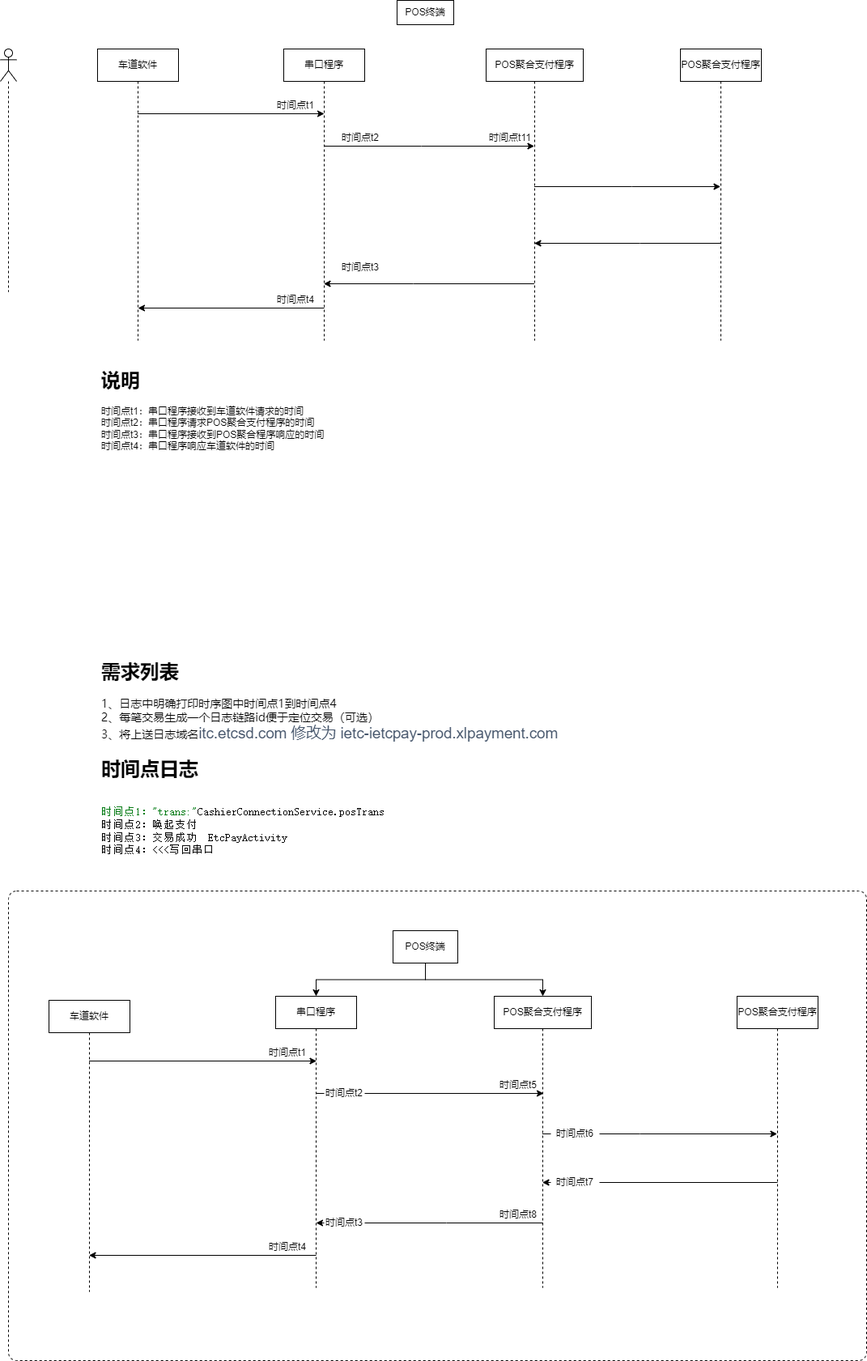
Before: 无感支付1.png, a diagram exported from draw.io (songyibo2019/mydiagrams). Source tidied: cells renumbered, new cells last; positions are measured from the earlier drawing's top-left corner, leaving out a move shared by most shapes.
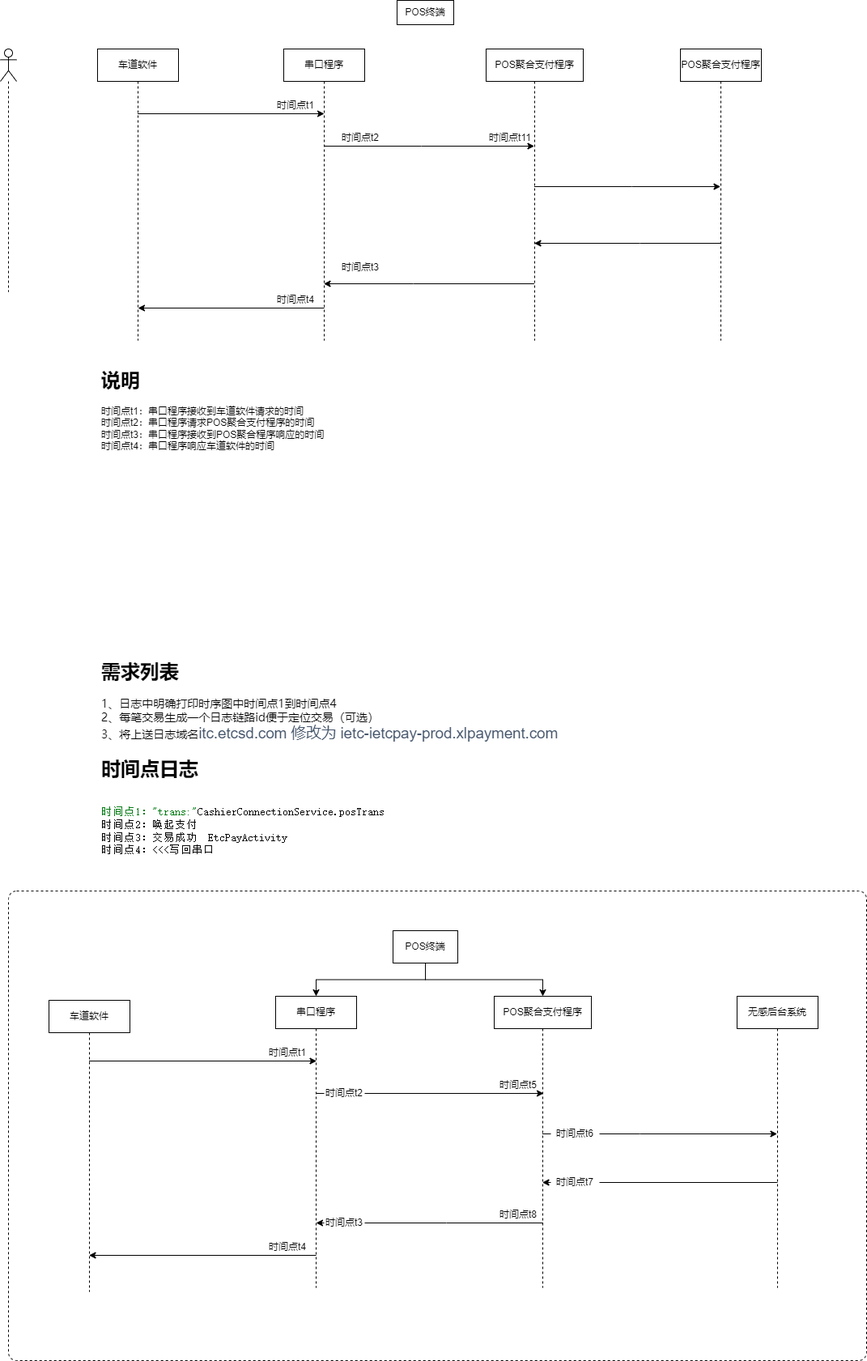
Above is the later version.

What changed in the source:
```diff
@@ -107,7 +107,7 @@
     <mxCell id="28" value="车道软件" style="shape=umlLifeline;perimeter=lifelinePerimeter;whiteSpace=wrap;html=1;outlineConnect=0;" parent="1" vertex="1">
       <mxGeometry x="60" y="1235" width="100" height="360" as="geometry" />
     </mxCell>
-    <mxCell id="29" value="POS聚合支付程序" style="shape=umlLifeline;perimeter=lifelinePerimeter;whiteSpace=wrap;html=1;outlineConnect=0;" parent="1" vertex="1">
+    <mxCell id="29" value="无感后台系统" style="shape=umlLifeline;perimeter=lifelinePerimeter;whiteSpace=wrap;html=1;outlineConnect=0;" parent="1" vertex="1">
       <mxGeometry x="910" y="1230" width="100" height="360" as="geometry" />
     </mxCell>
     <mxCell id="30" style="endArrow=classic;html=1;rounded=0;" parent="1" edge="1" source="28">
```
